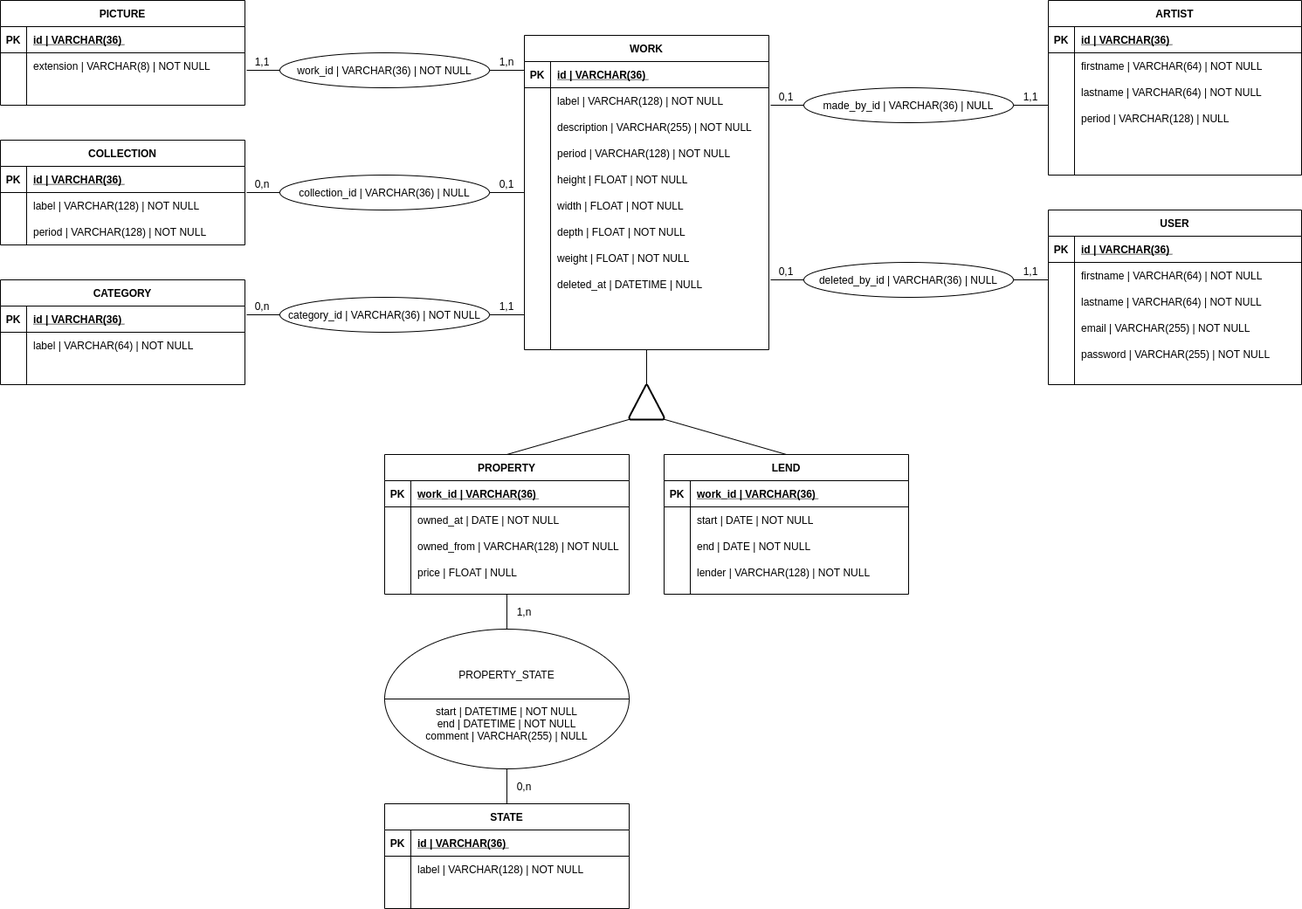
Above: docs/mcd.png in pac421/G4-Museo (draw.io), before the change. Source tidied: cells renumbered, new cells last; positions are measured from the earlier drawing's top-left corner, leaving out a move shared by most shapes.
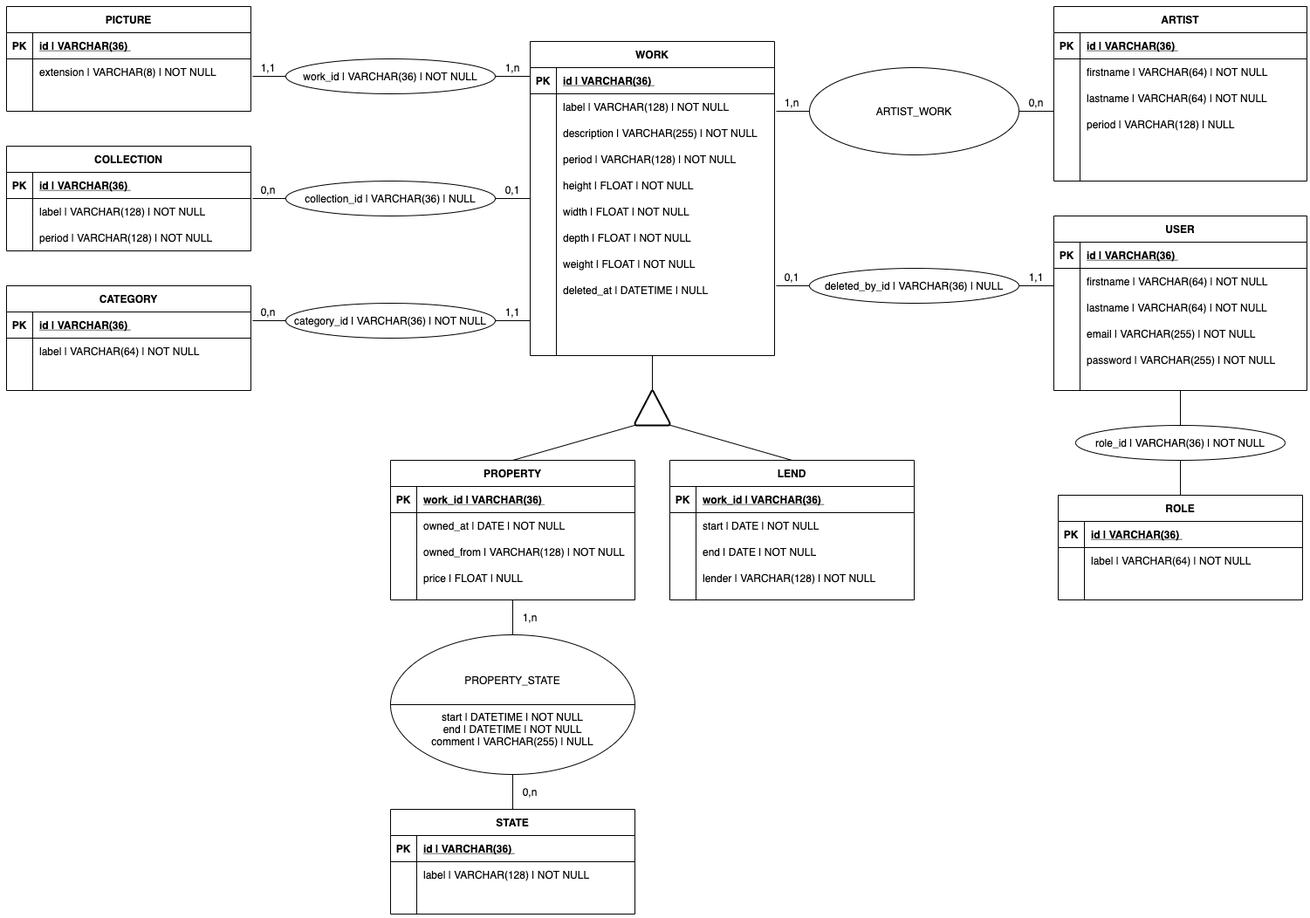
The same file after the commit.

Diff of the diagram source:
```diff
@@ -381,8 +381,8 @@
     <mxCell id="119" style="strokeWidth=2;html=1;shape=mxgraph.flowchart.extract_or_measurement;whiteSpace=wrap;" parent="1" vertex="1">
       <mxGeometry x="720" y="440" width="40" height="40" as="geometry" />
     </mxCell>
-    <mxCell id="120" value="&lt;span style=&quot;text-align: left&quot;&gt;made_by_id | VARCHAR(36) | NULL&lt;/span&gt;" style="ellipse;whiteSpace=wrap;html=1;" parent="1" vertex="1">
-      <mxGeometry x="920" y="100" width="240" height="40" as="geometry" />
+    <mxCell id="120" value="&lt;span style=&quot;text-align: left&quot;&gt;ARTIST_WORK&lt;/span&gt;" style="ellipse;whiteSpace=wrap;html=1;" parent="1" vertex="1">
+      <mxGeometry x="920" y="70" width="240" height="100" as="geometry" />
     </mxCell>
     <mxCell id="121" style="endArrow=none;html=1;exitX=1;exitY=0.5;exitDx=0;exitDy=0;" parent="1" edge="1" source="120">
       <mxGeometry relative="1" as="geometry">
@@ -394,10 +394,10 @@
         <mxPoint x="882" y="120" as="sourcePoint" />
       </mxGeometry>
     </mxCell>
-    <mxCell id="123" value="1,1" style="text;html=1;strokeColor=none;fillColor=none;align=center;verticalAlign=middle;whiteSpace=wrap;rounded=0;" parent="1" vertex="1">
+    <mxCell id="123" value="0,n" style="text;html=1;strokeColor=none;fillColor=none;align=center;verticalAlign=middle;whiteSpace=wrap;rounded=0;" parent="1" vertex="1">
       <mxGeometry x="1160" y="100" width="40" height="20" as="geometry" />
     </mxCell>
-    <mxCell id="124" value="0,1" style="text;html=1;strokeColor=none;fillColor=none;align=center;verticalAlign=middle;whiteSpace=wrap;rounded=0;" parent="1" vertex="1">
+    <mxCell id="124" value="1,n" style="text;html=1;strokeColor=none;fillColor=none;align=center;verticalAlign=middle;whiteSpace=wrap;rounded=0;" parent="1" vertex="1">
       <mxGeometry x="880" y="100" width="40" height="20" as="geometry" />
     </mxCell>
     <mxCell id="125" value="&lt;br&gt;PROPERTY_STATE&lt;br&gt;&lt;br&gt;&lt;br&gt;start | DATETIME | NOT NULL&lt;br&gt;end | DATETIME | NOT NULL&lt;br&gt;comment | VARCHAR(255) | NULL" style="ellipse;whiteSpace=wrap;html=1;" parent="1" vertex="1">
@@ -453,5 +453,35 @@
     <mxCell id="140" style="endArrow=none;html=1;exitX=0;exitY=0.5;exitDx=0;exitDy=0;entryX=1;entryY=0.5;entryDx=0;entryDy=0;" parent="1" edge="1" source="125" target="125">
       <mxGeometry relative="1" as="geometry" />
     </mxCell>
+    <mxCell id="141" value="ROLE" style="shape=table;startSize=30;rowLines=0;fontStyle=1;align=center;" parent="1" vertex="1">
+      <mxGeometry x="1205" y="560" width="280" height="120" as="geometry" />
+    </mxCell>
+    <mxCell id="142" style="shape=partialRectangle;fillColor=none;top=0;left=0;bottom=1;right=0;" parent="141" vertex="1">
+      <mxGeometry y="30" width="280" height="30" as="geometry" />
+    </mxCell>
+    <mxCell id="143" value="PK" style="shape=partialRectangle;fillColor=none;top=0;left=0;bottom=0;right=0;fontStyle=1;overflow=hidden;" parent="142" vertex="1">
+      <mxGeometry width="30" height="30" as="geometry" />
+    </mxCell>
+    <mxCell id="144" value="id | VARCHAR(36) " style="shape=partialRectangle;fillColor=none;top=0;left=0;bottom=0;right=0;align=left;spacingLeft=6;fontStyle=5;overflow=hidden;" parent="142" vertex="1">
+      <mxGeometry x="30" width="250" height="30" as="geometry" />
+    </mxCell>
+    <mxCell id="145" style="shape=partialRectangle;fillColor=none;top=0;left=0;bottom=0;right=0;" parent="141" vertex="1">
+      <mxGeometry y="60" width="280" height="30" as="geometry" />
+    </mxCell>
+    <mxCell id="146" style="shape=partialRectangle;fillColor=none;top=0;left=0;bottom=0;right=0;overflow=hidden;" parent="145" vertex="1">
+      <mxGeometry width="30" height="30" as="geometry" />
+    </mxCell>
+    <mxCell id="147" value="label | VARCHAR(64) | NOT NULL" style="shape=partialRectangle;fillColor=none;top=0;left=0;bottom=0;right=0;align=left;spacingLeft=6;overflow=hidden;" parent="145" vertex="1">
+      <mxGeometry x="30" width="250" height="30" as="geometry" />
+    </mxCell>
+    <mxCell id="148" value="&lt;span style=&quot;text-align: left&quot;&gt;role_id | VARCHAR(36) | NOT NULL&lt;/span&gt;" style="ellipse;whiteSpace=wrap;html=1;" parent="1" vertex="1">
+      <mxGeometry x="1225" y="480" width="240" height="40" as="geometry" />
+    </mxCell>
+    <mxCell id="149" style="endArrow=none;html=1;entryX=0.5;entryY=1;entryDx=0;entryDy=0;exitX=0.5;exitY=0;exitDx=0;exitDy=0;" parent="1" edge="1" source="148" target="39">
+      <mxGeometry relative="1" as="geometry" />
+    </mxCell>
+    <mxCell id="150" style="endArrow=none;html=1;entryX=0.5;entryY=1;entryDx=0;entryDy=0;exitX=0.5;exitY=0;exitDx=0;exitDy=0;" parent="1" edge="1" source="141" target="148">
+      <mxGeometry relative="1" as="geometry" />
+    </mxCell>
   </root>
 </mxGraphModel>
```
